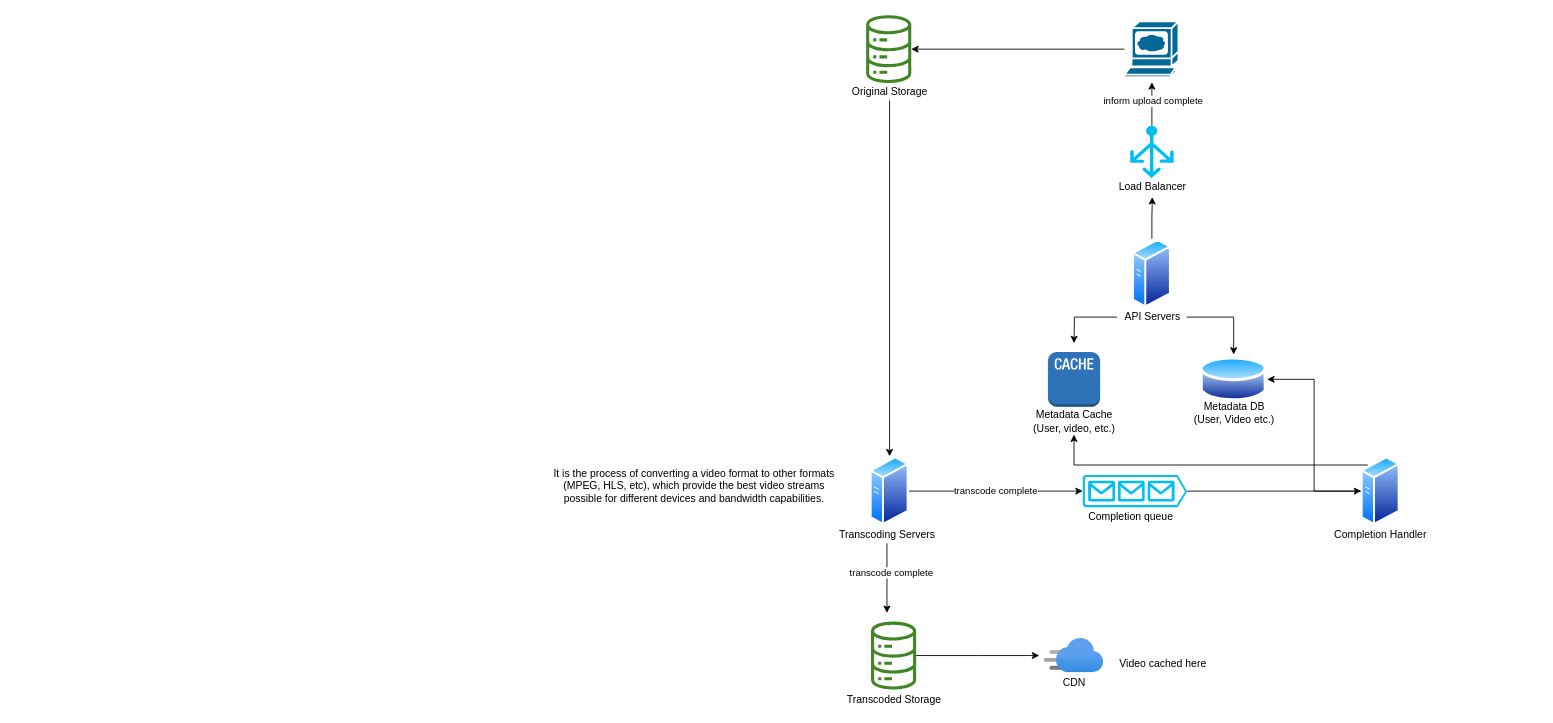
qiusli/system-design keeps this draw.io diagram as Design Youtube.drawio. Above is the earlier version. Source tidied: cells renumbered, new cells numbered last; positions are measured from the earlier drawing's top-left corner, leaving out a move shared by most shapes. Both pictures are drawn from the tidied source at 87%, with x=0, y=0 at pixel (545, 15).
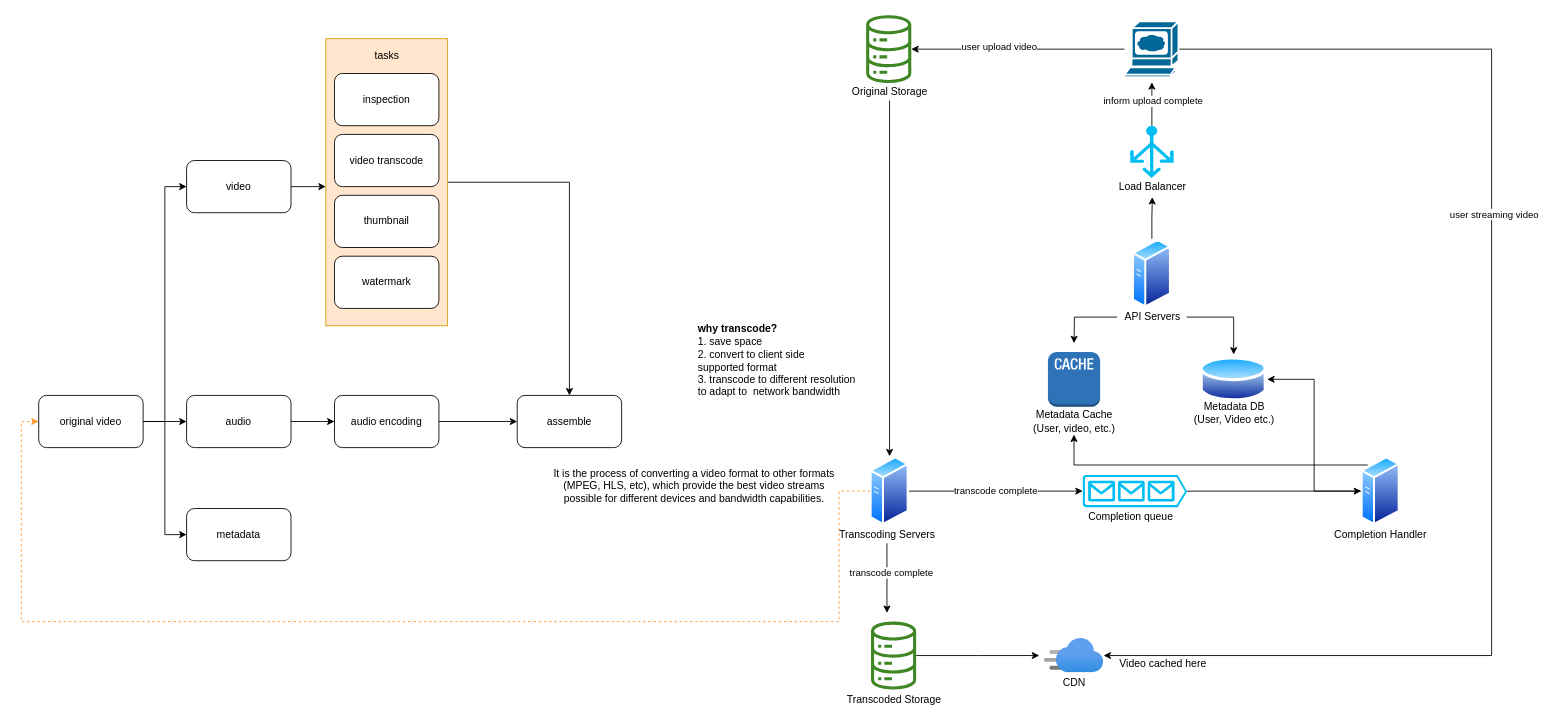
After the change.

Unchanged cells that the change refers to:
```xml
<mxCell id="2" style="edgeStyle=orthogonalEdgeStyle;rounded=0;jettySize=auto;html=1;" parent="1" edge="1" source="3" target="4">
  <mxGeometry relative="1" as="geometry" />
</mxCell>
<mxCell id="3" style="shape=mxgraph.cisco.computers_and_peripherals.web_browser;html=1;dashed=0;fillColor=#036897;strokeColor=#ffffff;strokeWidth=2;verticalLabelPosition=bottom;verticalAlign=top;align=center;outlineConnect=0;" parent="1" vertex="1">
  <mxGeometry x="665" y="7" width="62" height="64" as="geometry" />
</mxCell>
<mxCell id="11" style="perimeter=ellipsePerimeter;html=1;align=center;shadow=0;dashed=0;spacingTop=3;image;image=img/lib/active_directory/generic_server.svg;" parent="1" vertex="1">
  <mxGeometry x="372.6" y="507" width="44.8" height="80" as="geometry" />
</mxCell>
<mxCell id="29" style="html=1;points=[];align=center;image;fontSize=12;image=img/lib/azure2/app_services/CDN_Profiles.svg;" parent="1" vertex="1">
  <mxGeometry x="573" y="716" width="68" height="40" as="geometry" />
</mxCell>
```

What changed in the source:
```diff
@@
+    <mxCell id="39" style="edgeStyle=orthogonalEdgeStyle;rounded=0;jettySize=auto;html=1;entryX=0.5;entryY=0;entryDx=0;entryDy=0;" parent="1" edge="1" source="40" target="49">
+      <mxGeometry relative="1" as="geometry" />
+    </mxCell>
+    <mxCell id="40" style="rounded=0;whiteSpace=wrap;html=1;fillColor=#ffe6cc;strokeColor=#d79b00;" parent="1" vertex="1">
+      <mxGeometry x="-253" y="27" width="140" height="330" as="geometry" />
+    </mxCell>
@@
+    <mxCell id="41" value="user upload video" style="edgeLabel;html=1;align=center;verticalAlign=middle;" parent="2" vertex="1">
+      <mxGeometry x="0.18" y="-4" relative="1" as="geometry" />
+    </mxCell>
+    <mxCell id="42" style="edgeStyle=orthogonalEdgeStyle;rounded=0;jettySize=auto;html=1;" parent="1" edge="1" source="3" target="29">
+      <mxGeometry relative="1" as="geometry">
+        <Array as="points">
+          <mxPoint x="1087" y="39" />
+          <mxPoint x="1087" y="736" />
+        </Array>
+      </mxGeometry>
+    </mxCell>
+    <mxCell id="43" value="user streaming video" style="edgeLabel;html=1;align=center;verticalAlign=middle;" parent="42" vertex="1">
+      <mxGeometry x="-0.27" y="2" relative="1" as="geometry" />
+    </mxCell>
@@
+    <mxCell id="44" style="edgeStyle=orthogonalEdgeStyle;rounded=0;jettySize=auto;html=1;entryX=0;entryY=0.5;entryDx=0;entryDy=0;dashed=1;strokeColor=#FF9933;" parent="1" edge="1" source="11" target="48">
+      <mxGeometry relative="1" as="geometry">
+        <Array as="points">
+          <mxPoint x="337" y="547" />
+          <mxPoint x="337" y="697" />
+          <mxPoint x="-603" y="697" />
+          <mxPoint x="-603" y="467" />
+        </Array>
+      </mxGeometry>
+    </mxCell>
@@
+    <mxCell id="45" style="edgeStyle=orthogonalEdgeStyle;rounded=0;jettySize=auto;html=1;entryX=0;entryY=0.5;entryDx=0;entryDy=0;" parent="1" edge="1" source="48" target="52">
+      <mxGeometry relative="1" as="geometry" />
+    </mxCell>
+    <mxCell id="46" style="edgeStyle=orthogonalEdgeStyle;rounded=0;jettySize=auto;html=1;entryX=0;entryY=0.5;entryDx=0;entryDy=0;" parent="1" edge="1" source="48" target="60">
+      <mxGeometry relative="1" as="geometry" />
+    </mxCell>
+    <mxCell id="47" style="edgeStyle=orthogonalEdgeStyle;rounded=0;jettySize=auto;html=1;entryX=0;entryY=0.5;entryDx=0;entryDy=0;" parent="1" edge="1" source="48" target="50">
+      <mxGeometry relative="1" as="geometry" />
+    </mxCell>
+    <mxCell id="48" value="original video" style="rounded=1;whiteSpace=wrap;html=1;" parent="1" vertex="1">
+      <mxGeometry x="-583" y="437" width="120" height="60" as="geometry" />
+    </mxCell>
+    <mxCell id="49" value="assemble" style="rounded=1;whiteSpace=wrap;html=1;" parent="1" vertex="1">
+      <mxGeometry x="-33" y="437" width="120" height="60" as="geometry" />
+    </mxCell>
+    <mxCell id="50" value="metadata" style="rounded=1;whiteSpace=wrap;html=1;" parent="1" vertex="1">
+      <mxGeometry x="-413" y="567" width="120" height="60" as="geometry" />
+    </mxCell>
+    <mxCell id="51" style="edgeStyle=orthogonalEdgeStyle;rounded=0;jettySize=auto;html=1;entryX=0;entryY=0.5;entryDx=0;entryDy=0;" parent="1" edge="1" source="52" target="54">
+      <mxGeometry relative="1" as="geometry" />
+    </mxCell>
+    <mxCell id="52" value="audio" style="rounded=1;whiteSpace=wrap;html=1;" parent="1" vertex="1">
+      <mxGeometry x="-413" y="437" width="120" height="60" as="geometry" />
+    </mxCell>
+    <mxCell id="53" style="edgeStyle=orthogonalEdgeStyle;rounded=0;jettySize=auto;html=1;entryX=0;entryY=0.5;entryDx=0;entryDy=0;" parent="1" edge="1" source="54" target="49">
+      <mxGeometry relative="1" as="geometry" />
+    </mxCell>
+    <mxCell id="54" value="audio encoding" style="rounded=1;whiteSpace=wrap;html=1;" parent="1" vertex="1">
+      <mxGeometry x="-243" y="437" width="120" height="60" as="geometry" />
+    </mxCell>
+    <mxCell id="55" value="watermark" style="rounded=1;whiteSpace=wrap;html=1;" parent="1" vertex="1">
+      <mxGeometry x="-243" y="277" width="120" height="60" as="geometry" />
+    </mxCell>
+    <mxCell id="56" value="thumbnail" style="rounded=1;whiteSpace=wrap;html=1;" parent="1" vertex="1">
+      <mxGeometry x="-243" y="207" width="120" height="60" as="geometry" />
+    </mxCell>
+    <mxCell id="57" value="video transcode" style="rounded=1;whiteSpace=wrap;html=1;" parent="1" vertex="1">
+      <mxGeometry x="-243" y="137" width="120" height="60" as="geometry" />
+    </mxCell>
+    <mxCell id="58" value="inspection" style="rounded=1;whiteSpace=wrap;html=1;" parent="1" vertex="1">
+      <mxGeometry x="-243" y="67" width="120" height="60" as="geometry" />
+    </mxCell>
+    <mxCell id="59" style="edgeStyle=orthogonalEdgeStyle;rounded=0;jettySize=auto;html=1;" parent="1" edge="1" source="60">
+      <mxGeometry relative="1" as="geometry">
+        <mxPoint x="-253" y="197" as="targetPoint" />
+      </mxGeometry>
+    </mxCell>
+    <mxCell id="60" value="video" style="rounded=1;whiteSpace=wrap;html=1;" parent="1" vertex="1">
+      <mxGeometry x="-413" y="167" width="120" height="60" as="geometry" />
+    </mxCell>
+    <mxCell id="61" value="tasks" style="text;html=1;align=center;verticalAlign=middle;strokeColor=none;fillColor=none;" parent="1" vertex="1">
+      <mxGeometry x="-203" y="37" width="40" height="20" as="geometry" />
+    </mxCell>
+    <mxCell id="62" value="&lt;b&gt;why transcode?&lt;/b&gt;&lt;br&gt;1. save space&lt;br&gt;2. convert to client side &lt;br&gt;supported format&lt;br&gt;3. transcode to different resolution &lt;br&gt;to adapt to&amp;nbsp; network bandwidth" style="text;html=1;align=left;verticalAlign=middle;strokeColor=none;fillColor=none;" parent="1" vertex="1">
+      <mxGeometry x="172.6" y="352" width="200" height="90" as="geometry" />
+    </mxCell>
```
